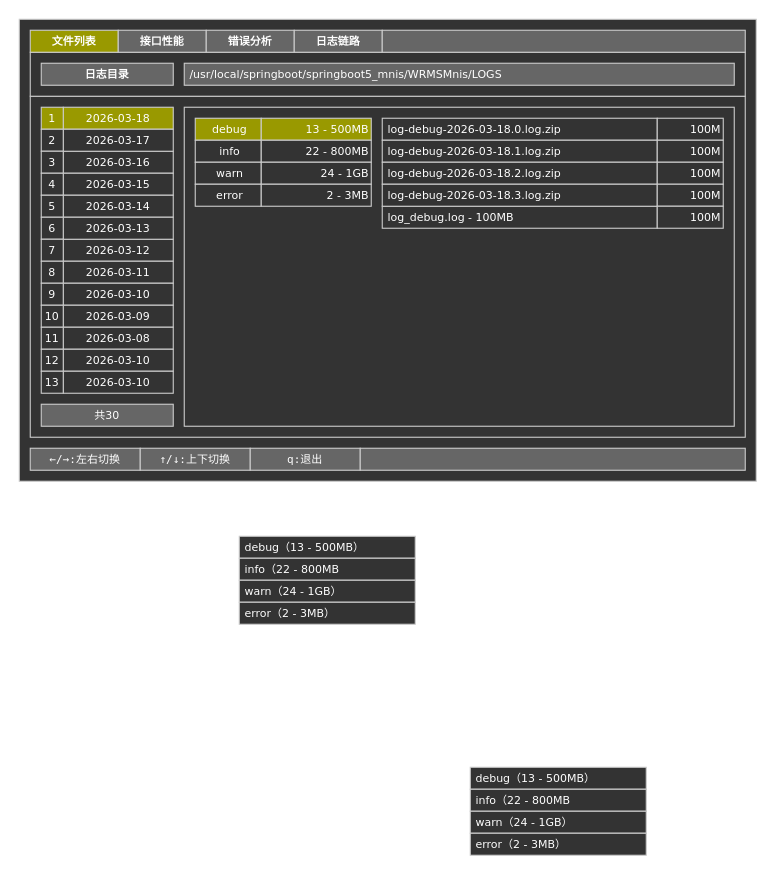
Before: page "第 1 页" (1 of 2) of 16.WORK/1.联新知识库/06.运维/TUI设计.drawio in 6westboy9/WESTBOY-NOTE, a draw.io diagram. Source tidied: cells renumbered, new cells numbered last; positions are measured from the earlier drawing's top-left corner, leaving out a move shared by most shapes. Both pictures are drawn from the tidied source at 110%, with x=0, y=0 at pixel (19, 19).
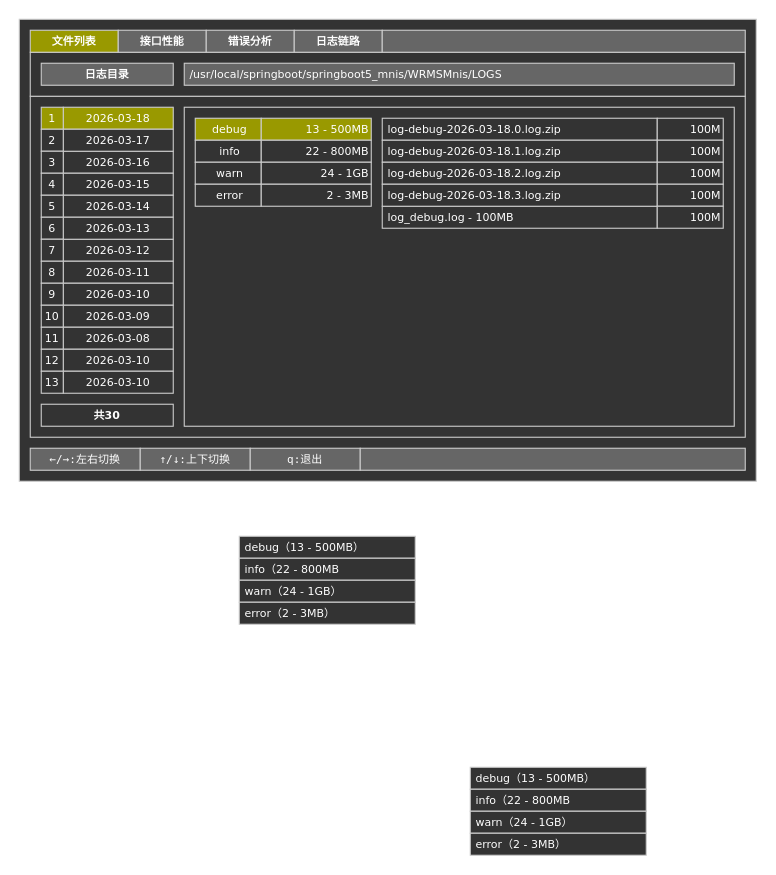
After the change.

Commit message (it also covers changes not shown here):
vault backup: 2026-03-19 15:09:43

The edit, as a diff of the source:
```diff
@@
-    <mxCell id="23" value="共30" style="rounded=0;whiteSpace=wrap;html=1;fontFamily=Verdana;fillColor=#666666;strokeColor=#CCCCCC;fontSize=10;fontColor=#FFFFFF;" parent="1" vertex="1">
+    <mxCell id="23" value="共30" style="rounded=0;whiteSpace=wrap;html=1;fontFamily=Verdana;fillColor=#333333;strokeColor=#CCCCCC;fontSize=10;fontColor=#FFFFFF;fontStyle=1;" parent="1" vertex="1">
       <mxGeometry x="20" y="350" width="120" height="20" as="geometry" />
     </mxCell>
```
